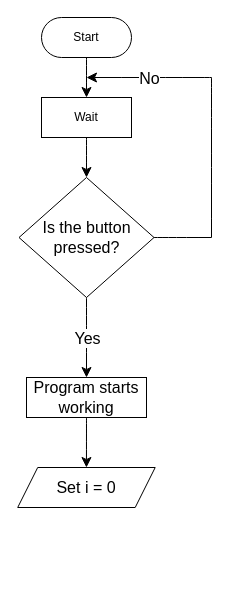
faasai123/autoBotCar keeps this draw.io diagram as docs/ภาคผนวก/Flowchart.drawio. Above is the earlier version. Source tidied: cells renumbered, new cells numbered last; positions are measured from the earlier drawing's top-left corner, leaving out a move shared by most shapes. Both pictures are drawn from the tidied source at 100%, with x=0, y=0 at pixel (17, 17).
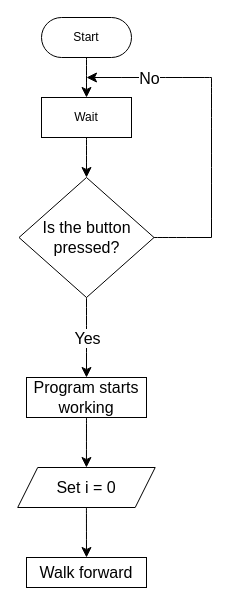
After the change.

Unchanged cells that the change refers to:
```xml
<mxCell id="2" value="Set i = 0" style="shape=parallelogram;perimeter=parallelogramPerimeter;whiteSpace=wrap;html=1;fixedSize=1;fontSize=16;" parent="1" vertex="1">
  <mxGeometry x="0.2" y="450" width="137.5" height="40" as="geometry" />
</mxCell>
```

The edit, as a diff of the source:
```diff
@@
+    <mxCell id="16" value="Walk forward" style="rounded=0;whiteSpace=wrap;html=1;fontSize=16;" parent="1" vertex="1">
+      <mxGeometry x="9" y="540" width="120" height="30" as="geometry" />
+    </mxCell>
+    <mxCell id="17" style="endArrow=classic;html=1;rounded=0;fontSize=12;startSize=8;endSize=8;curved=1;exitX=0.5;exitY=1;exitDx=0;exitDy=0;entryX=0.5;entryY=0;entryDx=0;entryDy=0;" parent="1" edge="1" source="2" target="16">
+      <mxGeometry relative="1" as="geometry" />
+    </mxCell>
```
